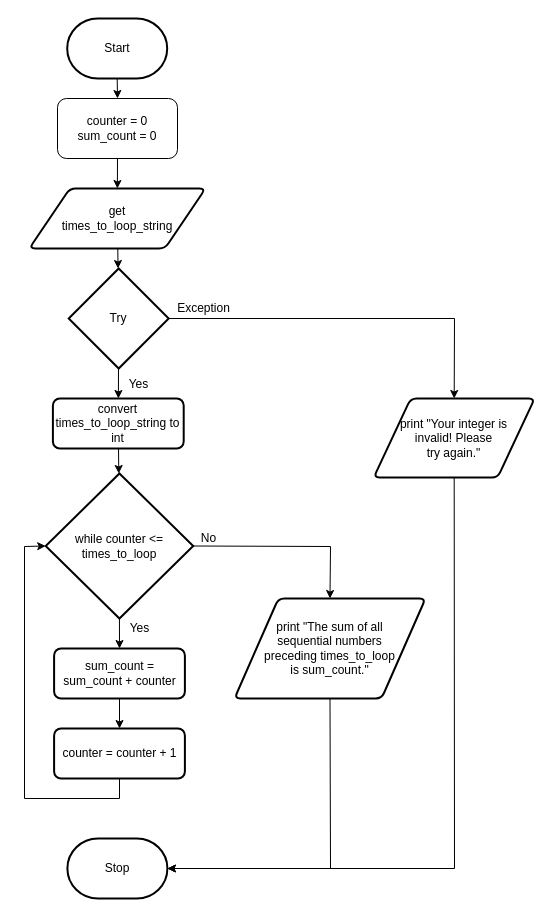
Earlier version of the draw.io diagram drawio/flowchart/flowchart.drawio (Aidan-Lalonde-Novales/ICS3U-Unit4-01-Python). Source tidied: cells renumbered, new cells numbered last; positions are measured from the earlier drawing's top-left corner, leaving out a move shared by most shapes. Both pictures are drawn from the tidied source at 100%, with x=0, y=0 at pixel (24, 18).
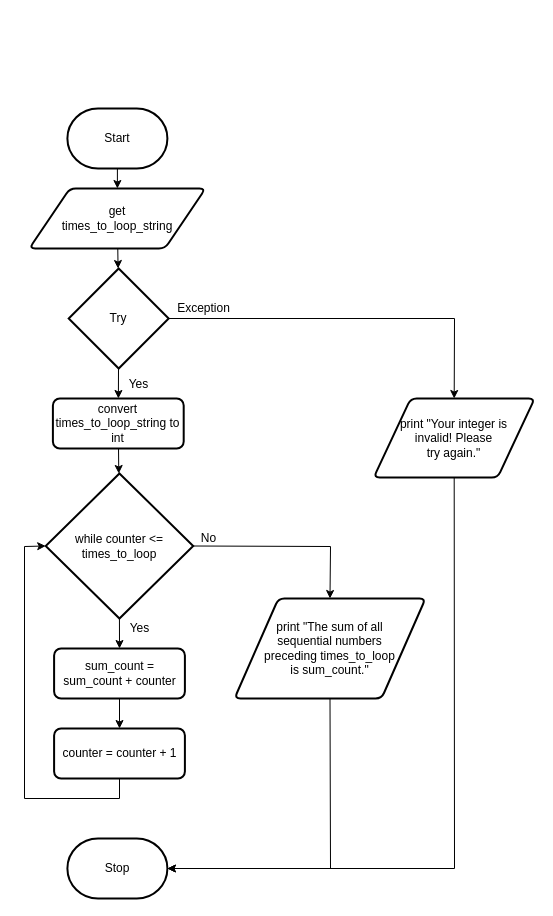
The same diagram, later.

The change refers to these unchanged cells:
```xml
<mxCell id="5" value="get&lt;br&gt;times_to_loop_string" style="shape=parallelogram;html=1;strokeWidth=2;perimeter=parallelogramPerimeter;whiteSpace=wrap;rounded=1;arcSize=12;size=0.23;" parent="1" vertex="1">
  <mxGeometry x="4.8" y="170" width="176.2" height="60" as="geometry" />
</mxCell>
```

Change to the diagram source:
```diff
@@
-    <mxCell id="2" style="edgeStyle=none;rounded=0;html=1;exitX=0.5;exitY=1;exitDx=0;exitDy=0;exitPerimeter=0;entryX=0.5;entryY=0;entryDx=0;entryDy=0;" parent="1" edge="1" source="3" target="28">
+    <mxCell id="2" style="edgeStyle=none;rounded=0;html=1;exitX=0.5;exitY=1;exitDx=0;exitDy=0;exitPerimeter=0;entryX=0.5;entryY=0;entryDx=0;entryDy=0;" parent="1" edge="1" source="3" target="5">
       <mxGeometry relative="1" as="geometry" />
     </mxCell>
     <mxCell id="3" value="Start" style="strokeWidth=2;html=1;shape=mxgraph.flowchart.terminator;whiteSpace=wrap;" parent="1" vertex="1">
-      <mxGeometry x="42.7" width="100" height="60" as="geometry" />
+      <mxGeometry x="42.9" y="90" width="100" height="60" as="geometry" />
     </mxCell>
@@
-    <mxCell id="27" style="edgeStyle=none;rounded=0;html=1;exitX=0.5;exitY=1;exitDx=0;exitDy=0;entryX=0.5;entryY=0;entryDx=0;entryDy=0;" parent="1" edge="1" source="28" target="5">
-      <mxGeometry relative="1" as="geometry" />
-    </mxCell>
-    <mxCell id="28" value="counter = 0&lt;br&gt;sum_count = 0" style="rounded=1;whiteSpace=wrap;html=1;" parent="1" vertex="1">
-      <mxGeometry x="33" y="80" width="120" height="60" as="geometry" />
-    </mxCell>
```
